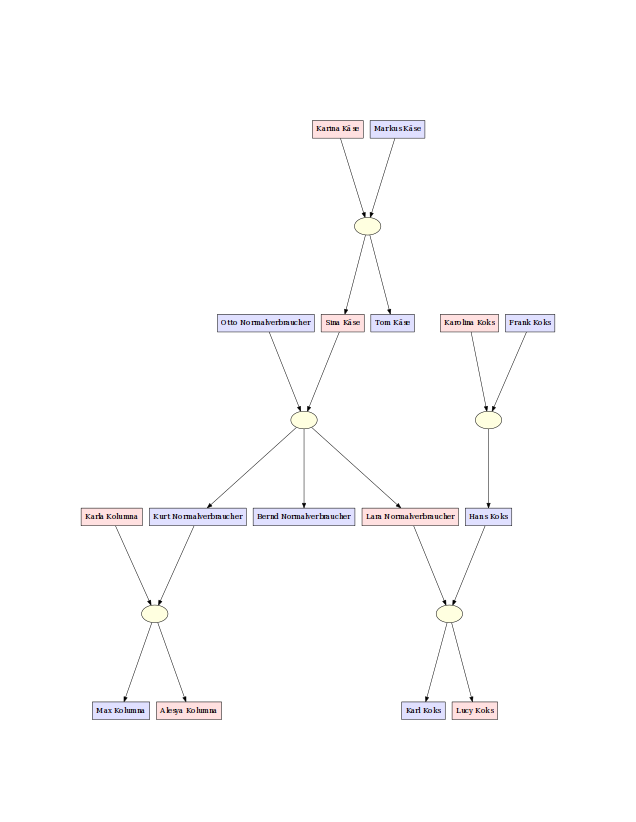
Earlier version of the Graphviz export doc/pedigree.png (BlurryRoots/schlaeue). Its source is kept beside it as doc/pedigree.gv.
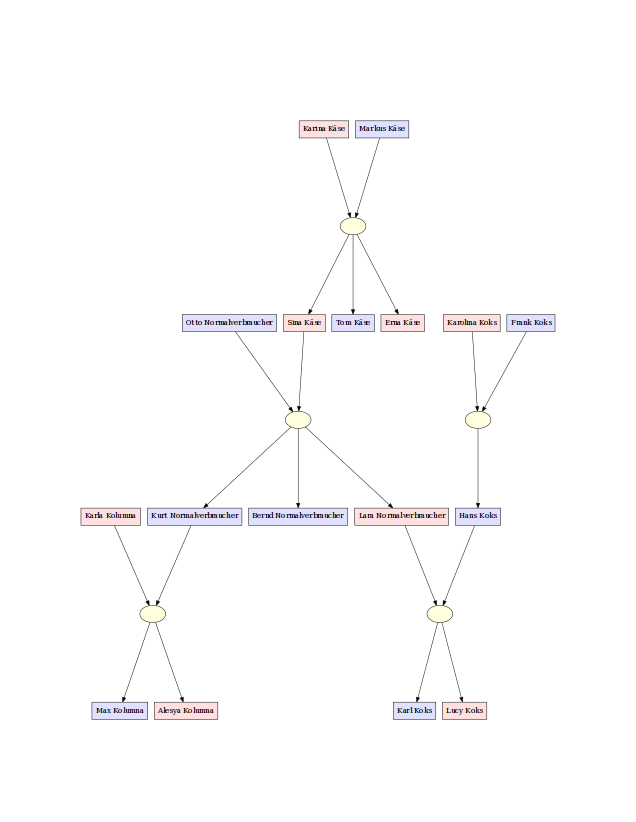
The same file after the commit.

Change to the diagram source:
```diff
@@ -72,6 +72,7 @@
   I0010 [ shape="box" fillcolor="#ffe0e0" style="solid,filled" label="Karla Kolumna" ];
   I0012 [ shape="box" fillcolor="#ffe0e0" style="solid,filled" label="Alesya Kolumna" ];
   I0016 [ shape="box" fillcolor="#e0e0ff" style="solid,filled" label="Bernd Normalverbraucher" ];
+  I0017 [ shape="box" fillcolor="#ffe0e0" style="solid,filled" label="Erna Käse" ];
   F0000 -> I0003 [ style=solid arrowhead=normal arrowtail=none dir=both ];
   F0001 -> I0005 [ style=solid arrowhead=normal arrowtail=none dir=both ];
   F0001 -> I0006 [ style=solid arrowhead=normal arrowtail=none dir=both ];
@@ -82,4 +83,5 @@
   F0002 -> I0009 [ style=solid arrowhead=normal arrowtail=none dir=both ];
   F0003 -> I0012 [ style=solid arrowhead=normal arrowtail=none dir=both ];
   F0001 -> I0016 [ style=solid arrowhead=normal arrowtail=none dir=both ];
+  F0000 -> I0017 [ style=solid arrowhead=normal arrowtail=none dir=both ];
 }
```
